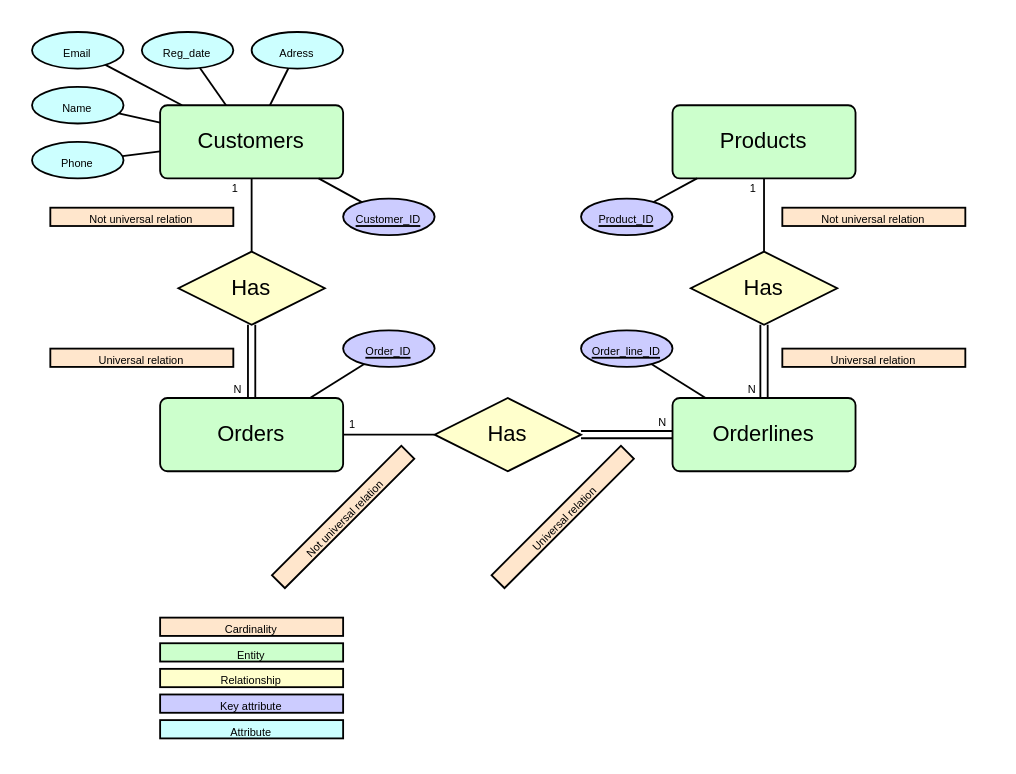
Before: Relationsmodel.drawio in MagRos715/inlamnning_1, a draw.io diagram. Source tidied: cells renumbered, new cells numbered last; positions are measured from the earlier drawing's top-left corner, leaving out a move shared by most shapes. Both pictures are drawn from the tidied source at 183%, with x=0, y=0 at pixel (31, 31).
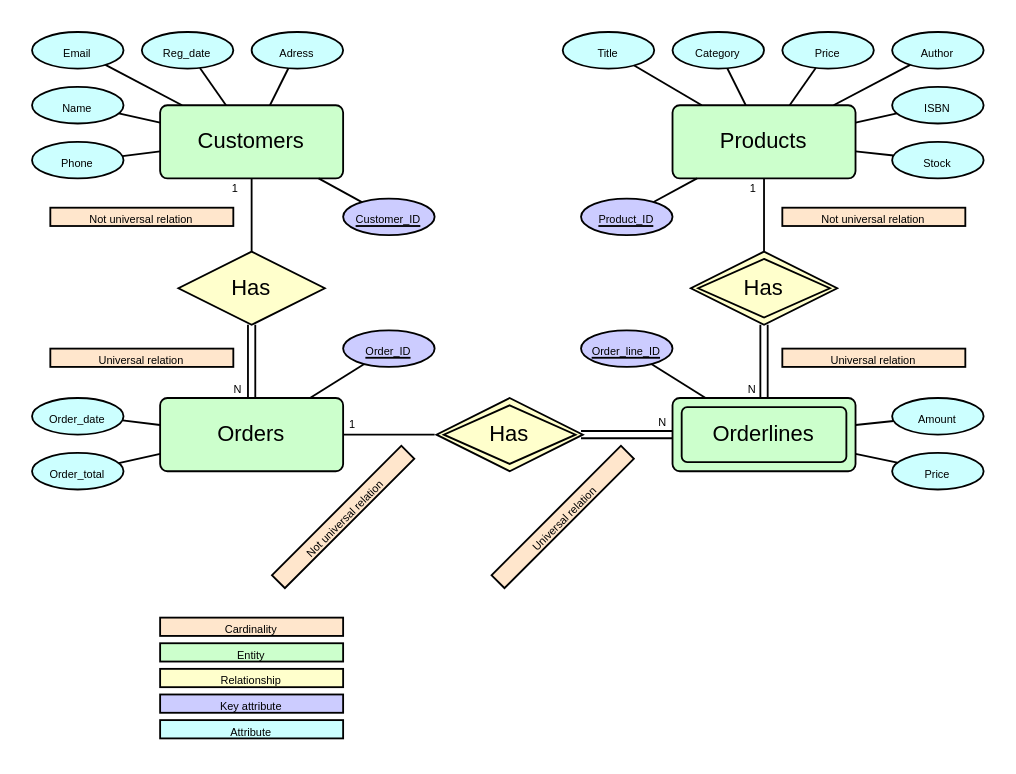
The same page after the edit.

The change refers to these unchanged cells:
```xml
<mxCell id="3" value="Orderlines" style="rounded=1;arcSize=10;whiteSpace=wrap;html=1;align=center;fillColor=light-dark(#CCFFCC,var(--ge-dark-color, #121212));" parent="1" vertex="1">
  <mxGeometry x="350" y="200" width="100" height="40" as="geometry" />
</mxCell>
<mxCell id="4" value="Orders" style="rounded=1;arcSize=10;whiteSpace=wrap;html=1;align=center;fillColor=light-dark(#CCFFCC,var(--ge-dark-color, #121212));" parent="1" vertex="1">
  <mxGeometry x="70" y="200" width="100" height="40" as="geometry" />
</mxCell>
<mxCell id="5" value="Products" style="rounded=1;arcSize=10;whiteSpace=wrap;html=1;align=center;fillColor=light-dark(#CCFFCC,var(--ge-dark-color, #121212));" parent="1" vertex="1">
  <mxGeometry x="350" y="40" width="100" height="40" as="geometry" />
</mxCell>
```

The edit, as a diff of the source:
```diff
@@
-    <mxCell id="7" value="Has" style="shape=rhombus;perimeter=rhombusPerimeter;whiteSpace=wrap;html=1;align=center;fillColor=light-dark(#FFFFCC,var(--ge-dark-color, #121212));" parent="1" vertex="1">
-      <mxGeometry x="220" y="200" width="80" height="40" as="geometry" />
-    </mxCell>
-    <mxCell id="8" value="Has" style="shape=rhombus;perimeter=rhombusPerimeter;whiteSpace=wrap;html=1;align=center;fillColor=light-dark(#FFFFCC,var(--ge-dark-color, #121212));" parent="1" vertex="1">
-      <mxGeometry x="360" y="120" width="80" height="40" as="geometry" />
-    </mxCell>
@@
-    <mxCell id="14" style="shape=link;html=1;rounded=0;" parent="1" edge="1" source="7" target="3">
-      <mxGeometry relative="1" as="geometry" />
+    <mxCell id="14" style="shape=link;html=1;rounded=0;" parent="1" edge="1" target="3">
+      <mxGeometry relative="1" as="geometry">
+        <mxPoint x="300" y="220" as="sourcePoint" />
+      </mxGeometry>
     </mxCell>
@@
-    <mxCell id="16" style="endArrow=none;html=1;rounded=0;" parent="1" edge="1" source="7" target="4">
-      <mxGeometry relative="1" as="geometry" />
+    <mxCell id="16" style="endArrow=none;html=1;rounded=0;" parent="1" edge="1" target="4">
+      <mxGeometry relative="1" as="geometry">
+        <mxPoint x="220" y="220" as="sourcePoint" />
+      </mxGeometry>
     </mxCell>
@@
-    <mxCell id="22" style="shape=link;html=1;rounded=0;" parent="1" edge="1" source="8" target="3">
-      <mxGeometry relative="1" as="geometry" />
+    <mxCell id="22" style="shape=link;html=1;rounded=0;" parent="1" edge="1" target="3">
+      <mxGeometry relative="1" as="geometry">
+        <mxPoint x="400" y="160" as="sourcePoint" />
+      </mxGeometry>
     </mxCell>
@@
-    <mxCell id="26" style="endArrow=none;html=1;rounded=0;" parent="1" edge="1" source="8" target="5">
-      <mxGeometry relative="1" as="geometry" />
+    <mxCell id="26" style="endArrow=none;html=1;rounded=0;" parent="1" edge="1" target="5">
+      <mxGeometry relative="1" as="geometry">
+        <mxPoint x="400" y="120" as="sourcePoint" />
+      </mxGeometry>
     </mxCell>
@@
+    <mxCell id="51" value="&lt;span style=&quot;font-size: 6px;&quot;&gt;Category&lt;/span&gt;" style="ellipse;whiteSpace=wrap;html=1;align=center;fillColor=light-dark(#CCFFFF,var(--ge-dark-color, #121212));" parent="1" vertex="1">
+      <mxGeometry x="350" width="50" height="20" as="geometry" />
+    </mxCell>
+    <mxCell id="52" value="&lt;span style=&quot;font-size: 6px;&quot;&gt;Title&lt;/span&gt;" style="ellipse;whiteSpace=wrap;html=1;align=center;fillColor=light-dark(#CCFFFF,var(--ge-dark-color, #121212));" parent="1" vertex="1">
+      <mxGeometry x="290" width="50" height="20" as="geometry" />
+    </mxCell>
+    <mxCell id="53" value="&lt;span style=&quot;font-size: 6px;&quot;&gt;Price&lt;/span&gt;" style="ellipse;whiteSpace=wrap;html=1;align=center;fillColor=light-dark(#CCFFFF,var(--ge-dark-color, #121212));" parent="1" vertex="1">
+      <mxGeometry x="410" width="50" height="20" as="geometry" />
+    </mxCell>
+    <mxCell id="54" value="&lt;span style=&quot;font-size: 6px;&quot;&gt;Stock&lt;/span&gt;" style="ellipse;whiteSpace=wrap;html=1;align=center;fillColor=light-dark(#CCFFFF,var(--ge-dark-color, #121212));" parent="1" vertex="1">
+      <mxGeometry x="470" y="60" width="50" height="20" as="geometry" />
+    </mxCell>
+    <mxCell id="55" value="&lt;span style=&quot;font-size: 6px;&quot;&gt;ISBN&lt;/span&gt;" style="ellipse;whiteSpace=wrap;html=1;align=center;fillColor=light-dark(#CCFFFF,var(--ge-dark-color, #121212));" parent="1" vertex="1">
+      <mxGeometry x="470" y="30" width="50" height="20" as="geometry" />
+    </mxCell>
+    <mxCell id="56" value="&lt;span style=&quot;font-size: 6px;&quot;&gt;Author&lt;/span&gt;" style="ellipse;whiteSpace=wrap;html=1;align=center;fillColor=light-dark(#CCFFFF,var(--ge-dark-color, #121212));" parent="1" vertex="1">
+      <mxGeometry x="470" width="50" height="20" as="geometry" />
+    </mxCell>
+    <mxCell id="57" style="endArrow=none;html=1;rounded=0;" parent="1" edge="1" source="52" target="5">
+      <mxGeometry relative="1" as="geometry" />
+    </mxCell>
+    <mxCell id="58" style="endArrow=none;html=1;rounded=0;" parent="1" edge="1" source="51" target="5">
+      <mxGeometry relative="1" as="geometry" />
+    </mxCell>
+    <mxCell id="59" style="endArrow=none;html=1;rounded=0;" parent="1" edge="1" source="53" target="5">
+      <mxGeometry relative="1" as="geometry" />
+    </mxCell>
+    <mxCell id="60" style="endArrow=none;html=1;rounded=0;" parent="1" edge="1" source="56" target="5">
+      <mxGeometry relative="1" as="geometry" />
+    </mxCell>
+    <mxCell id="61" style="endArrow=none;html=1;rounded=0;" parent="1" edge="1" source="55" target="5">
+      <mxGeometry relative="1" as="geometry" />
+    </mxCell>
+    <mxCell id="62" style="endArrow=none;html=1;rounded=0;" parent="1" edge="1" source="5" target="54">
+      <mxGeometry relative="1" as="geometry" />
+    </mxCell>
+    <mxCell id="63" style="endArrow=none;html=1;rounded=0;" parent="1" edge="1" source="67" target="4">
+      <mxGeometry relative="1" as="geometry" />
+    </mxCell>
+    <mxCell id="64" value="&lt;span style=&quot;font-size: 6px;&quot;&gt;Amount&lt;/span&gt;" style="ellipse;whiteSpace=wrap;html=1;align=center;fillColor=light-dark(#CCFFFF,var(--ge-dark-color, #121212));" parent="1" vertex="1">
+      <mxGeometry x="470" y="200" width="50" height="20" as="geometry" />
+    </mxCell>
+    <mxCell id="65" value="&lt;span style=&quot;font-size: 6px;&quot;&gt;Price&lt;/span&gt;" style="ellipse;whiteSpace=wrap;html=1;align=center;fillColor=light-dark(#CCFFFF,var(--ge-dark-color, #121212));" parent="1" vertex="1">
+      <mxGeometry x="470" y="230" width="50" height="20" as="geometry" />
+    </mxCell>
+    <mxCell id="66" value="&lt;span style=&quot;font-size: 6px;&quot;&gt;Order_total&lt;/span&gt;" style="ellipse;whiteSpace=wrap;html=1;align=center;fillColor=light-dark(#CCFFFF,var(--ge-dark-color, #121212));" parent="1" vertex="1">
+      <mxGeometry y="230" width="50" height="20" as="geometry" />
+    </mxCell>
+    <mxCell id="67" value="&lt;span style=&quot;font-size: 6px;&quot;&gt;Order_date&lt;/span&gt;" style="ellipse;whiteSpace=wrap;html=1;align=center;fillColor=light-dark(#CCFFFF,var(--ge-dark-color, #121212));" parent="1" vertex="1">
+      <mxGeometry y="200" width="50" height="20" as="geometry" />
+    </mxCell>
+    <mxCell id="68" style="endArrow=none;html=1;rounded=0;" parent="1" edge="1" source="66" target="4">
+      <mxGeometry relative="1" as="geometry" />
+    </mxCell>
+    <mxCell id="69" style="endArrow=none;html=1;rounded=0;" parent="1" edge="1" source="3" target="64">
+      <mxGeometry relative="1" as="geometry" />
+    </mxCell>
+    <mxCell id="70" style="endArrow=none;html=1;rounded=0;" parent="1" edge="1" source="3" target="65">
+      <mxGeometry relative="1" as="geometry" />
+    </mxCell>
+    <mxCell id="71" style="rounded=1;arcSize=10;whiteSpace=wrap;html=1;align=center;fillColor=none;" parent="1" vertex="1">
+      <mxGeometry x="355" y="205" width="90" height="30" as="geometry" />
+    </mxCell>
+    <mxCell id="72" value="Has" style="shape=rhombus;double=1;perimeter=rhombusPerimeter;whiteSpace=wrap;html=1;align=center;fillColor=light-dark(#FFFFCC,var(--ge-dark-color, #121212));" parent="1" vertex="1">
+      <mxGeometry x="221" y="200" width="80" height="40" as="geometry" />
+    </mxCell>
+    <mxCell id="73" value="Has" style="shape=rhombus;double=1;perimeter=rhombusPerimeter;whiteSpace=wrap;html=1;align=center;fillColor=light-dark(#FFFFCC,var(--ge-dark-color, #121212));" parent="1" vertex="1">
+      <mxGeometry x="360" y="120" width="80" height="40" as="geometry" />
+    </mxCell>
```
